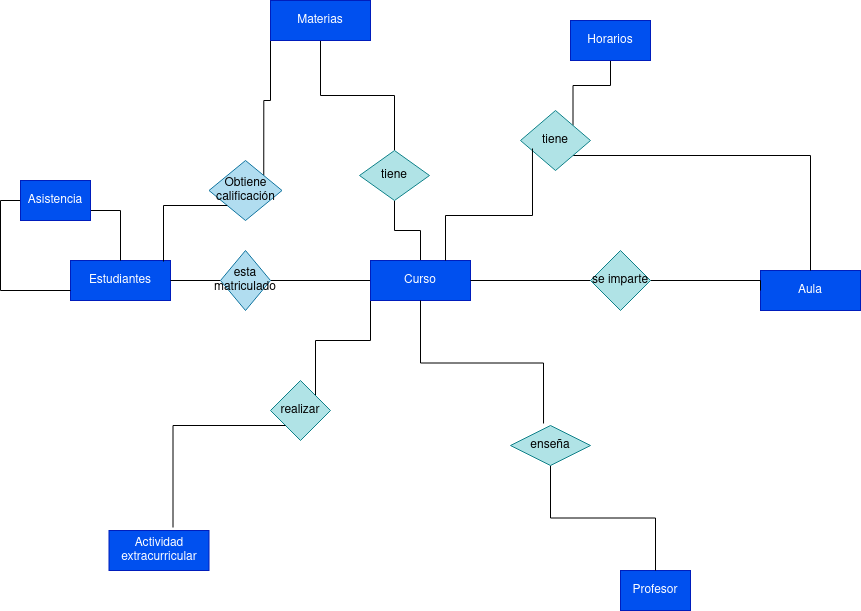
Earlier version of the draw.io export Unidad-1/Tareas/Tareas entregables - Tarea 1/Tarea entregable - 1.drawio.png (CRhernandez1/base-datos). Source tidied: cells renumbered, new cells last; positions are measured from the earlier drawing's top-left corner, leaving out a move shared by most shapes.
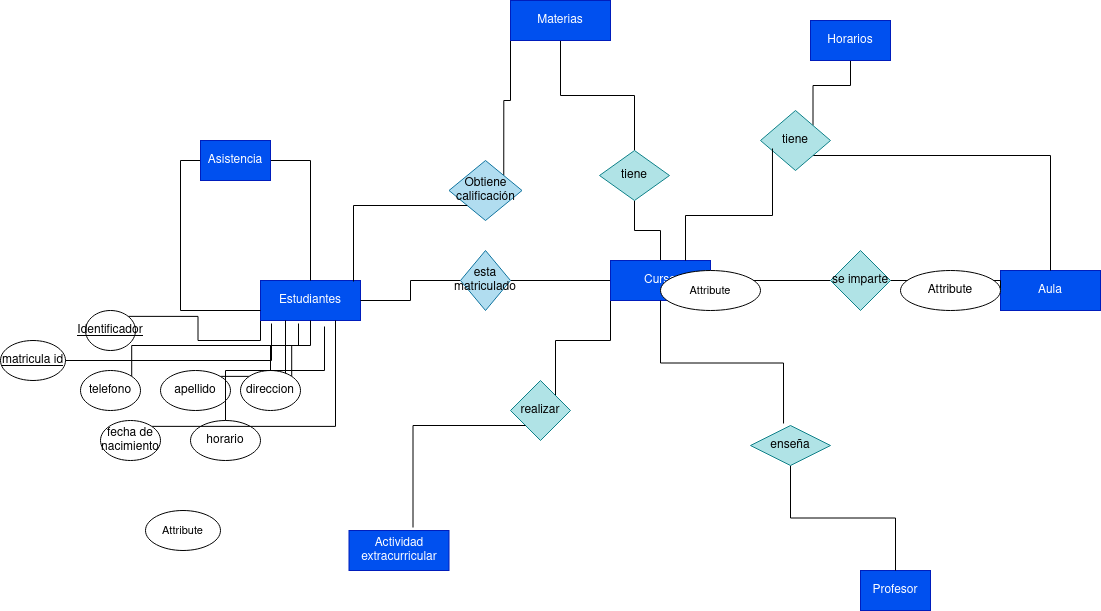
The same file after the commit.

Diff of the diagram source:
```diff
@@ -14,8 +14,14 @@
     <mxCell id="5" value="Curso" style="whiteSpace=wrap;html=1;align=center;fillColor=#0050ef;strokeColor=#001DBC;fontColor=#ffffff;" parent="1" vertex="1">
       <mxGeometry x="350" y="260" width="100" height="40" as="geometry" />
     </mxCell>
+    <mxCell id="34" style="edgeStyle=orthogonalEdgeStyle;rounded=0;jettySize=auto;html=1;exitX=0;exitY=1;exitDx=0;exitDy=0;entryX=1;entryY=0;entryDx=0;entryDy=0;endArrow=none;endFill=0;" parent="1" edge="1" source="6" target="39">
+      <mxGeometry relative="1" as="geometry" />
+    </mxCell>
+    <mxCell id="35" style="edgeStyle=orthogonalEdgeStyle;shape=connector;rounded=0;jettySize=auto;html=1;exitX=0.25;exitY=1;exitDx=0;exitDy=0;entryX=1;entryY=0;entryDx=0;entryDy=0;labelBackgroundColor=default;strokeColor=default;align=center;verticalAlign=middle;fontFamily=Helvetica;fontSize=11;fontColor=default;endArrow=none;endFill=0;" parent="1" edge="1" source="6" target="44">
+      <mxGeometry relative="1" as="geometry" />
+    </mxCell>
     <mxCell id="6" value="Estudiantes" style="whiteSpace=wrap;html=1;align=center;fillColor=#0050ef;strokeColor=#001DBC;fontColor=#ffffff;" parent="1" vertex="1">
-      <mxGeometry x="50" y="260" width="100" height="40" as="geometry" />
+      <mxGeometry y="280" width="100" height="40" as="geometry" />
     </mxCell>
     <mxCell id="7" style="edgeStyle=orthogonalEdgeStyle;rounded=0;jettySize=auto;html=1;exitX=0;exitY=0.5;exitDx=0;exitDy=0;entryX=1;entryY=0.5;entryDx=0;entryDy=0;endArrow=none;endFill=0;" parent="1" edge="1" source="8" target="6">
       <mxGeometry relative="1" as="geometry" />
@@ -82,10 +88,15 @@
       <mxGeometry relative="1" as="geometry" />
     </mxCell>
     <mxCell id="27" style="edgeStyle=orthogonalEdgeStyle;rounded=0;jettySize=auto;html=1;exitX=1;exitY=0.75;exitDx=0;exitDy=0;entryX=0.5;entryY=0;entryDx=0;entryDy=0;endArrow=none;endFill=0;" parent="1" edge="1" source="28" target="6">
-      <mxGeometry relative="1" as="geometry" />
+      <mxGeometry relative="1" as="geometry">
+        <Array as="points">
+          <mxPoint x="10" y="160" />
+          <mxPoint x="50" y="160" />
+        </Array>
+      </mxGeometry>
     </mxCell>
     <mxCell id="28" value="Asistencia" style="whiteSpace=wrap;html=1;align=center;fillColor=#0050ef;strokeColor=#001DBC;fontColor=#ffffff;" parent="1" vertex="1">
-      <mxGeometry y="180" width="70" height="40" as="geometry" />
+      <mxGeometry x="-60" y="140" width="70" height="40" as="geometry" />
     </mxCell>
     <mxCell id="29" value="Actividad extracurricular" style="whiteSpace=wrap;html=1;align=center;fillColor=#0050ef;strokeColor=#001DBC;fontColor=#ffffff;" parent="1" vertex="1">
       <mxGeometry x="88.5" y="530" width="100" height="40" as="geometry" />
@@ -102,5 +113,53 @@
     <mxCell id="33" style="edgeStyle=orthogonalEdgeStyle;rounded=0;jettySize=auto;html=1;exitX=0;exitY=1;exitDx=0;exitDy=0;entryX=0.93;entryY=0.025;entryDx=0;entryDy=0;entryPerimeter=0;endArrow=none;endFill=0;" parent="1" edge="1" source="32" target="6">
       <mxGeometry relative="1" as="geometry" />
     </mxCell>
+    <mxCell id="36" value="matricula id" style="ellipse;whiteSpace=wrap;html=1;align=center;fontStyle=4;" parent="1" vertex="1">
+      <mxGeometry x="-260" y="340" width="65" height="40" as="geometry" />
+    </mxCell>
+    <mxCell id="37" style="edgeStyle=orthogonalEdgeStyle;shape=connector;rounded=0;jettySize=auto;html=1;exitX=1;exitY=0;exitDx=0;exitDy=0;entryX=0.25;entryY=1;entryDx=0;entryDy=0;labelBackgroundColor=default;strokeColor=default;align=center;verticalAlign=middle;fontFamily=Helvetica;fontSize=11;fontColor=default;endArrow=none;endFill=0;" parent="1" edge="1" source="38" target="6">
+      <mxGeometry relative="1" as="geometry" />
+    </mxCell>
+    <mxCell id="38" value="apellido" style="ellipse;whiteSpace=wrap;html=1;align=center;" parent="1" vertex="1">
+      <mxGeometry x="-100" y="370" width="70" height="40" as="geometry" />
+    </mxCell>
+    <mxCell id="39" value="Identificador" style="ellipse;whiteSpace=wrap;html=1;align=center;fontStyle=4;" parent="1" vertex="1">
+      <mxGeometry x="-175" y="310" width="50" height="40" as="geometry" />
+    </mxCell>
+    <mxCell id="40" value="Attribute" style="ellipse;whiteSpace=wrap;html=1;align=center;" parent="1" vertex="1">
+      <mxGeometry x="640" y="270" width="100" height="40" as="geometry" />
+    </mxCell>
+    <mxCell id="41" value="horario" style="ellipse;whiteSpace=wrap;html=1;align=center;" parent="1" vertex="1">
+      <mxGeometry x="-70" y="420" width="70" height="40" as="geometry" />
+    </mxCell>
+    <mxCell id="42" style="edgeStyle=orthogonalEdgeStyle;shape=connector;rounded=0;jettySize=auto;html=1;exitX=1;exitY=0;exitDx=0;exitDy=0;entryX=0.75;entryY=1;entryDx=0;entryDy=0;labelBackgroundColor=default;strokeColor=default;align=center;verticalAlign=middle;fontFamily=Helvetica;fontSize=11;fontColor=default;endArrow=none;endFill=0;" parent="1" edge="1" source="43" target="6">
+      <mxGeometry relative="1" as="geometry" />
+    </mxCell>
+    <mxCell id="43" value="fecha de nacimiento" style="ellipse;whiteSpace=wrap;html=1;align=center;" parent="1" vertex="1">
+      <mxGeometry x="-160" y="420" width="60" height="40" as="geometry" />
+    </mxCell>
+    <mxCell id="44" value="telefono" style="ellipse;whiteSpace=wrap;html=1;align=center;" parent="1" vertex="1">
+      <mxGeometry x="-180" y="370" width="60" height="40" as="geometry" />
+    </mxCell>
+    <mxCell id="45" style="edgeStyle=orthogonalEdgeStyle;shape=connector;rounded=0;jettySize=auto;html=1;exitX=1;exitY=0;exitDx=0;exitDy=0;entryX=0.5;entryY=1;entryDx=0;entryDy=0;labelBackgroundColor=default;strokeColor=default;align=center;verticalAlign=middle;fontFamily=Helvetica;fontSize=11;fontColor=default;endArrow=none;endFill=0;" parent="1" edge="1" source="46" target="6">
+      <mxGeometry relative="1" as="geometry" />
+    </mxCell>
+    <mxCell id="46" value="direccion" style="ellipse;whiteSpace=wrap;html=1;align=center;" parent="1" vertex="1">
+      <mxGeometry x="-20" y="370" width="60" height="40" as="geometry" />
+    </mxCell>
+    <mxCell id="47" style="edgeStyle=orthogonalEdgeStyle;shape=connector;rounded=0;jettySize=auto;html=1;exitX=0.5;exitY=0;exitDx=0;exitDy=0;entryX=0.38;entryY=1.075;entryDx=0;entryDy=0;entryPerimeter=0;labelBackgroundColor=default;strokeColor=default;align=center;verticalAlign=middle;fontFamily=Helvetica;fontSize=11;fontColor=default;endArrow=none;endFill=0;" parent="1" edge="1" source="46" target="6">
+      <mxGeometry relative="1" as="geometry" />
+    </mxCell>
+    <mxCell id="48" style="edgeStyle=orthogonalEdgeStyle;shape=connector;rounded=0;jettySize=auto;html=1;exitX=0.5;exitY=0;exitDx=0;exitDy=0;entryX=0.64;entryY=1.15;entryDx=0;entryDy=0;entryPerimeter=0;labelBackgroundColor=default;strokeColor=default;align=center;verticalAlign=middle;fontFamily=Helvetica;fontSize=11;fontColor=default;endArrow=none;endFill=0;" parent="1" edge="1" source="41" target="6">
+      <mxGeometry relative="1" as="geometry" />
+    </mxCell>
+    <mxCell id="49" value="Attribute" style="ellipse;whiteSpace=wrap;html=1;align=center;fontFamily=Helvetica;fontSize=11;fontColor=default;" parent="1" vertex="1">
+      <mxGeometry x="400" y="270" width="100" height="40" as="geometry" />
+    </mxCell>
+    <mxCell id="50" value="Attribute" style="ellipse;whiteSpace=wrap;html=1;align=center;fontFamily=Helvetica;fontSize=11;fontColor=default;" parent="1" vertex="1">
+      <mxGeometry x="-115" y="510" width="75" height="40" as="geometry" />
+    </mxCell>
+    <mxCell id="51" style="edgeStyle=orthogonalEdgeStyle;shape=connector;rounded=0;jettySize=auto;html=1;exitX=1;exitY=0.5;exitDx=0;exitDy=0;entryX=0.11;entryY=1.075;entryDx=0;entryDy=0;entryPerimeter=0;labelBackgroundColor=default;strokeColor=default;align=center;verticalAlign=middle;fontFamily=Helvetica;fontSize=11;fontColor=default;endArrow=none;endFill=0;" parent="1" edge="1" source="36" target="6">
+      <mxGeometry relative="1" as="geometry" />
+    </mxCell>
   </root>
 </mxGraphModel>
```
